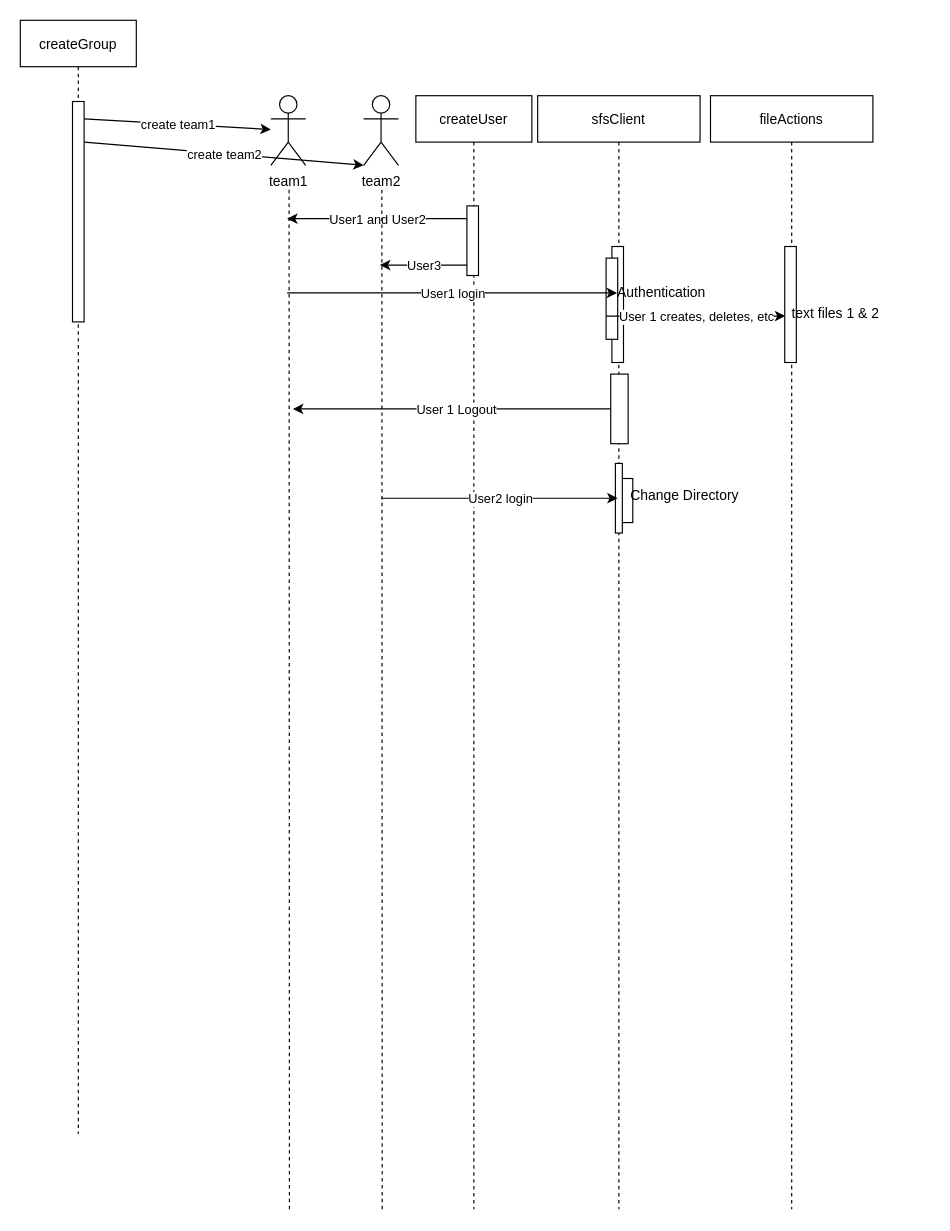
This is UML Sequence Diagram.drawio from Dekr0/SFS, a draw.io file, before an edit. Source tidied: cells renumbered, new cells numbered last; positions are measured from the earlier drawing's top-left corner, leaving out a move shared by most shapes. Both pictures are drawn from the tidied source at 116%, with x=0, y=0 at pixel (20, 20).
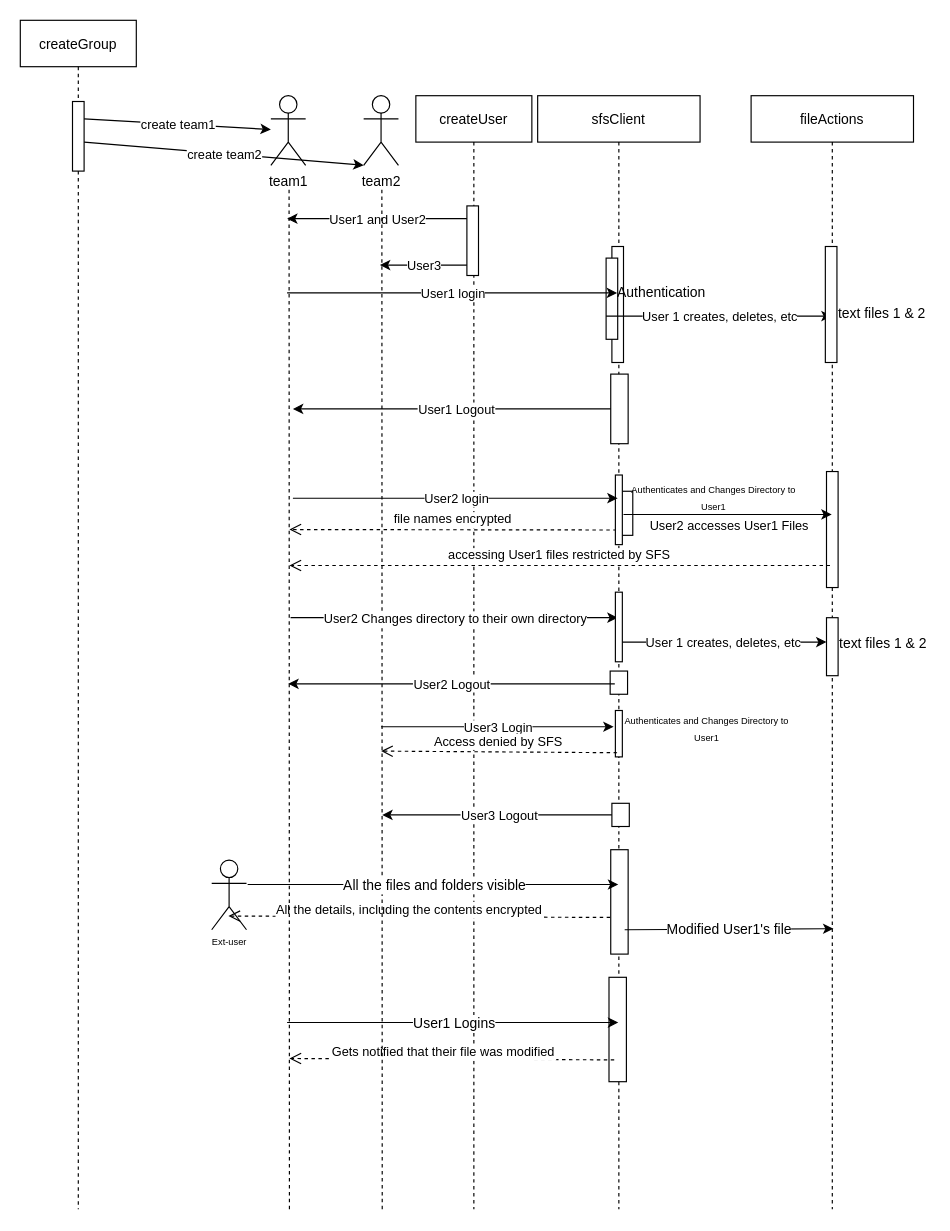
The same diagram, later.

Commit message (it also covers changes not shown here):
Sequence Diagram Complete

The change refers to these unchanged cells:
```xml
<mxCell id="2" value="createUser" style="shape=umlLifeline;perimeter=lifelinePerimeter;rounded=0;shadow=0;strokeWidth=1;" parent="1" vertex="1">
  <mxGeometry x="341" y="65" width="100" height="960" as="geometry" />
</mxCell>
<mxCell id="8" style="endArrow=classic;html=1;rounded=0;" parent="2" edge="1">
  <mxGeometry relative="1" as="geometry">
    <mxPoint x="175.5" y="270" as="sourcePoint" />
    <mxPoint x="-106" y="270" as="targetPoint" />
  </mxGeometry>
</mxCell>
<mxCell id="10" value="sfsClient" style="shape=umlLifeline;perimeter=lifelinePerimeter;rounded=0;shadow=0;strokeWidth=1;" parent="1" vertex="1">
  <mxGeometry x="446" y="65" width="140" height="960" as="geometry" />
</mxCell>
```

Diff of the diagram source:
```diff
@@
-    <mxCell id="9" value="User 1 Logout" style="edgeLabel;html=1;align=center;verticalAlign=middle;" parent="8" vertex="1">
+    <mxCell id="9" value="User1 Logout" style="edgeLabel;html=1;align=center;verticalAlign=middle;" parent="8" vertex="1">
       <mxGeometry relative="1" as="geometry" />
     </mxCell>
+    <mxCell id="37" value="file names encrypted" style="verticalAlign=bottom;endArrow=open;dashed=1;endSize=8;exitX=0.487;exitY=0.39;shadow=0;strokeWidth=1;exitDx=0;exitDy=0;exitPerimeter=0;" parent="2" edge="1" source="10">
+      <mxGeometry relative="1" as="geometry">
+        <mxPoint x="-109" y="374" as="targetPoint" />
+      </mxGeometry>
+    </mxCell>
+    <mxCell id="38" style="endArrow=classic;html=1;rounded=0;" parent="2" edge="1">
+      <mxGeometry relative="1" as="geometry">
+        <mxPoint x="172.5" y="620" as="sourcePoint" />
+        <mxPoint x="-29" y="620" as="targetPoint" />
+      </mxGeometry>
+    </mxCell>
+    <mxCell id="39" value="User3 Logout" style="edgeLabel;html=1;align=center;verticalAlign=middle;" parent="38" vertex="1">
+      <mxGeometry relative="1" as="geometry" />
+    </mxCell>
+    <mxCell id="40" value="All the details, including the contents encrypted" style="verticalAlign=bottom;endArrow=open;dashed=1;endSize=8;exitX=0.489;exitY=0.59;shadow=0;strokeWidth=1;exitDx=0;exitDy=0;exitPerimeter=0;entryX=0.48;entryY=0.687;entryDx=0;entryDy=0;entryPerimeter=0;" parent="2" edge="1">
+      <mxGeometry x="0.05" y="3" relative="1" as="geometry">
+        <mxPoint x="167.5" y="708.4" as="sourcePoint" />
+        <mxPoint x="-161.6" y="707.2" as="targetPoint" />
+      </mxGeometry>
+    </mxCell>
@@
-    <mxCell id="14" style="endArrow=classic;html=1;rounded=0;" parent="10" edge="1">
+    <mxCell id="14" style="endArrow=classic;html=1;rounded=0;" parent="10" edge="1" target="30">
       <mxGeometry relative="1" as="geometry">
         <mxPoint x="59" y="190" as="sourcePoint" />
-        <mxPoint x="213.5" y="190" as="targetPoint" />
       </mxGeometry>
     </mxCell>
@@
     <mxCell id="17" style="rounded=0;whiteSpace=wrap;html=1;" parent="10" vertex="1">
-      <mxGeometry x="72" y="330" width="10" height="38" as="geometry" />
+      <mxGeometry x="72" y="341" width="10" height="38" as="geometry" />
     </mxCell>
+    <mxCell id="41" style="rounded=0;whiteSpace=wrap;html=1;" parent="10" vertex="1">
+      <mxGeometry x="62.5" y="496" width="15" height="20" as="geometry" />
+    </mxCell>
+    <mxCell id="42" style="rounded=0;whiteSpace=wrap;html=1;" parent="10" vertex="1">
+      <mxGeometry x="67" y="530" width="6" height="40" as="geometry" />
+    </mxCell>
+    <mxCell id="43" style="rounded=0;whiteSpace=wrap;html=1;" parent="10" vertex="1">
+      <mxGeometry x="64" y="610" width="15" height="20" as="geometry" />
+    </mxCell>
+    <mxCell id="44" style="rounded=0;whiteSpace=wrap;html=1;" parent="10" vertex="1">
+      <mxGeometry x="63" y="650" width="15" height="90" as="geometry" />
+    </mxCell>
+    <mxCell id="45" style="rounded=0;whiteSpace=wrap;html=1;" parent="10" vertex="1">
+      <mxGeometry x="61.5" y="760" width="15" height="90" as="geometry" />
+    </mxCell>
+    <mxCell id="46" value="Gets notified that their file was modified" style="verticalAlign=bottom;endArrow=open;dashed=1;endSize=8;exitX=0.489;exitY=0.59;shadow=0;strokeWidth=1;exitDx=0;exitDy=0;exitPerimeter=0;" parent="10" edge="1">
+      <mxGeometry x="0.05" y="3" relative="1" as="geometry">
+        <mxPoint x="66" y="831.2" as="sourcePoint" />
+        <mxPoint x="-214" y="830" as="targetPoint" />
+      </mxGeometry>
+    </mxCell>
@@
     <mxCell id="22" value="createGroup" style="shape=umlLifeline;perimeter=lifelinePerimeter;rounded=0;shadow=0;strokeWidth=1;" parent="1" vertex="1">
-      <mxGeometry width="100" height="960" as="geometry" />
+      <mxGeometry width="100" height="1025" as="geometry" />
     </mxCell>
     <mxCell id="23" style="perimeter=orthogonalPerimeter;rounded=0;shadow=0;strokeWidth=1;" parent="22" vertex="1">
-      <mxGeometry x="45" y="70" width="10" height="190" as="geometry" />
+      <mxGeometry x="45" y="70" width="10" height="60" as="geometry" />
     </mxCell>
@@
     <mxCell id="30" value="fileActions" style="shape=umlLifeline;perimeter=lifelinePerimeter;rounded=0;shadow=0;strokeWidth=1;" parent="1" vertex="1">
-      <mxGeometry x="595" y="65" width="140" height="960" as="geometry" />
+      <mxGeometry x="630" y="65" width="140" height="960" as="geometry" />
     </mxCell>
@@
     <mxCell id="32" value="text files 1 &amp;amp; 2" style="text;html=1;strokeColor=none;fillColor=none;align=center;verticalAlign=middle;whiteSpace=wrap;rounded=0;" parent="30" vertex="1">
-      <mxGeometry x="68" y="173" width="80" height="30" as="geometry" />
+      <mxGeometry x="73" y="173" width="80" height="30" as="geometry" />
     </mxCell>
+    <mxCell id="47" value="&lt;font style=&quot;font-size: 8px;&quot;&gt;Authenticates and Changes Directory to User1&lt;/font&gt;" style="text;html=1;strokeColor=none;fillColor=none;align=center;verticalAlign=middle;whiteSpace=wrap;rounded=0;" parent="30" vertex="1">
+      <mxGeometry x="-115" y="530" width="154" height="30" as="geometry" />
+    </mxCell>
     <mxCell id="33" style="rounded=0;whiteSpace=wrap;html=1;" parent="1" vertex="1">
-      <mxGeometry x="513" y="382" width="6" height="60" as="geometry" />
+      <mxGeometry x="513" y="392" width="6" height="60" as="geometry" />
     </mxCell>
     <mxCell id="34" style="endArrow=classic;html=1;rounded=0;" parent="1" edge="1">
       <mxGeometry relative="1" as="geometry">
-        <mxPoint x="311" y="412" as="sourcePoint" />
+        <mxPoint x="235" y="412" as="sourcePoint" />
         <mxPoint x="515" y="412" as="targetPoint" />
       </mxGeometry>
     </mxCell>
@@
-    <mxCell id="36" value="Change Directory" style="text;html=1;strokeColor=none;fillColor=none;align=center;verticalAlign=middle;whiteSpace=wrap;rounded=0;" parent="1" vertex="1">
-      <mxGeometry x="521" y="395" width="104" height="30" as="geometry" />
+    <mxCell id="36" value="&lt;font style=&quot;font-size: 8px;&quot;&gt;Authenticates and Changes Directory to User1&lt;/font&gt;" style="text;html=1;strokeColor=none;fillColor=none;align=center;verticalAlign=middle;whiteSpace=wrap;rounded=0;" parent="1" vertex="1">
+      <mxGeometry x="521" y="396" width="154" height="30" as="geometry" />
     </mxCell>
+    <mxCell id="48" style="perimeter=orthogonalPerimeter;rounded=0;shadow=0;strokeWidth=1;" parent="1" vertex="1">
+      <mxGeometry x="695" y="389" width="10" height="100" as="geometry" />
+    </mxCell>
+    <mxCell id="49" style="endArrow=classic;html=1;rounded=0;" parent="1" edge="1" target="30">
+      <mxGeometry relative="1" as="geometry">
+        <mxPoint x="520" y="426" as="sourcePoint" />
+      </mxGeometry>
+    </mxCell>
+    <mxCell id="50" value="User2 accesses User1 Files" style="edgeLabel;html=1;align=center;verticalAlign=middle;" parent="49" vertex="1">
+      <mxGeometry relative="1" as="geometry">
+        <mxPoint y="9" as="offset" />
+      </mxGeometry>
+    </mxCell>
+    <mxCell id="51" value="accessing User1 files restricted by SFS" style="verticalAlign=bottom;endArrow=open;dashed=1;endSize=8;exitX=0;exitY=0.95;shadow=0;strokeWidth=1;" parent="1" edge="1">
+      <mxGeometry relative="1" as="geometry">
+        <mxPoint x="698" y="470" as="sourcePoint" />
+        <mxPoint x="232" y="470" as="targetPoint" />
+      </mxGeometry>
+    </mxCell>
+    <mxCell id="52" style="endArrow=classic;html=1;rounded=0;" parent="1" edge="1">
+      <mxGeometry relative="1" as="geometry">
+        <mxPoint x="233" y="515" as="sourcePoint" />
+        <mxPoint x="515" y="515" as="targetPoint" />
+      </mxGeometry>
+    </mxCell>
+    <mxCell id="53" value="User2 Changes directory to their own directory" style="edgeLabel;html=1;align=center;verticalAlign=middle;" parent="52" vertex="1">
+      <mxGeometry relative="1" as="geometry" />
+    </mxCell>
+    <mxCell id="54" style="endArrow=classic;html=1;rounded=0;" parent="1" edge="1">
+      <mxGeometry relative="1" as="geometry">
+        <mxPoint x="515" y="536" as="sourcePoint" />
+        <mxPoint x="695" y="536" as="targetPoint" />
+      </mxGeometry>
+    </mxCell>
+    <mxCell id="55" value="User 1 creates, deletes, etc" style="edgeLabel;html=1;align=center;verticalAlign=middle;" parent="54" vertex="1">
+      <mxGeometry relative="1" as="geometry" />
+    </mxCell>
+    <mxCell id="56" style="rounded=0;whiteSpace=wrap;html=1;" parent="1" vertex="1">
+      <mxGeometry x="513" y="493" width="6" height="60" as="geometry" />
+    </mxCell>
+    <mxCell id="57" style="perimeter=orthogonalPerimeter;rounded=0;shadow=0;strokeWidth=1;" parent="1" vertex="1">
+      <mxGeometry x="695" y="515" width="10" height="50" as="geometry" />
+    </mxCell>
+    <mxCell id="58" value="text files 1 &amp;amp; 2" style="text;html=1;strokeColor=none;fillColor=none;align=center;verticalAlign=middle;whiteSpace=wrap;rounded=0;" parent="1" vertex="1">
+      <mxGeometry x="704" y="523" width="80" height="30" as="geometry" />
+    </mxCell>
+    <mxCell id="59" style="endArrow=classic;html=1;rounded=0;" parent="1" edge="1">
+      <mxGeometry relative="1" as="geometry">
+        <mxPoint x="311" y="609" as="sourcePoint" />
+        <mxPoint x="511.5" y="609" as="targetPoint" />
+      </mxGeometry>
+    </mxCell>
+    <mxCell id="60" value="User3 Login" style="edgeLabel;html=1;align=center;verticalAlign=middle;" parent="59" vertex="1">
+      <mxGeometry relative="1" as="geometry" />
+    </mxCell>
+    <mxCell id="61" style="endArrow=classic;html=1;rounded=0;" parent="1" edge="1">
+      <mxGeometry relative="1" as="geometry">
+        <mxPoint x="512.5" y="572" as="sourcePoint" />
+        <mxPoint x="231" y="572" as="targetPoint" />
+      </mxGeometry>
+    </mxCell>
+    <mxCell id="62" value="User2 Logout" style="edgeLabel;html=1;align=center;verticalAlign=middle;" parent="61" vertex="1">
+      <mxGeometry relative="1" as="geometry" />
+    </mxCell>
+    <mxCell id="63" value="Access denied by SFS" style="verticalAlign=bottom;endArrow=open;dashed=1;endSize=8;exitX=0.489;exitY=0.59;shadow=0;strokeWidth=1;exitDx=0;exitDy=0;exitPerimeter=0;" parent="1" edge="1" source="10">
+      <mxGeometry relative="1" as="geometry">
+        <mxPoint x="311" y="630" as="targetPoint" />
+      </mxGeometry>
+    </mxCell>
+    <mxCell id="64" value="Ext-user" style="shape=umlActor;verticalLabelPosition=bottom;verticalAlign=top;html=1;fontSize=8;" parent="1" vertex="1">
+      <mxGeometry x="165" y="724" width="30" height="60" as="geometry" />
+    </mxCell>
+    <mxCell id="65" style="endArrow=classic;html=1;rounded=0;fontSize=8;" parent="1" edge="1" target="10">
+      <mxGeometry relative="1" as="geometry">
+        <mxPoint x="196" y="745" as="sourcePoint" />
+      </mxGeometry>
+    </mxCell>
+    <mxCell id="66" value="&lt;font style=&quot;font-size: 12px;&quot;&gt;All the files and folders visible&lt;/font&gt;" style="edgeLabel;html=1;align=center;verticalAlign=middle;fontSize=8;" parent="65" vertex="1">
+      <mxGeometry relative="1" as="geometry" />
+    </mxCell>
+    <mxCell id="67" style="endArrow=classic;html=1;rounded=0;fontSize=8;entryX=0.543;entryY=0.748;entryDx=0;entryDy=0;entryPerimeter=0;" parent="1" edge="1">
+      <mxGeometry relative="1" as="geometry">
+        <mxPoint x="521" y="784" as="sourcePoint" />
+        <mxPoint x="701" y="783.1" as="targetPoint" />
+      </mxGeometry>
+    </mxCell>
+    <mxCell id="68" value="&lt;font style=&quot;font-size: 12px;&quot;&gt;Modified User1's file&lt;/font&gt;" style="edgeLabel;html=1;align=center;verticalAlign=middle;fontSize=8;" parent="67" vertex="1">
+      <mxGeometry relative="1" as="geometry" />
+    </mxCell>
+    <mxCell id="69" style="endArrow=classic;html=1;rounded=0;fontSize=12;" parent="1" edge="1" target="10">
+      <mxGeometry relative="1" as="geometry">
+        <mxPoint x="230" y="864" as="sourcePoint" />
+      </mxGeometry>
+    </mxCell>
+    <mxCell id="70" value="User1 Logins" style="edgeLabel;html=1;align=center;verticalAlign=middle;fontSize=12;" parent="69" vertex="1">
+      <mxGeometry relative="1" as="geometry" />
+    </mxCell>
```
